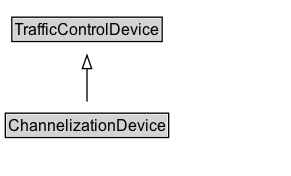
Before: docs/diagrams/ChannelizationDevice.dot.png, a diagram exported from Graphviz (k-vaughn/ontology-its-regulation). Its source is kept beside it as docs/diagrams/ChannelizationDevice.dot. The source it was exported from:
```dot
digraph {
	graph [overlap=false rankdir=TB splines=true]
	node [fontname=Arial fontsize=12 margin=0 shape=none]
	edge [fontname=Arial fontsize=11]
	{
		rank=max
		ChannelizationDevice [label=<<TABLE BORDER="1" CELLBORDER="0" CELLSPACING="0" CELLPADDING="1"><TR><TD BGCOLOR="lightgray" ALIGN="CENTER" PORT="e">ChannelizationDevice</TD></TR></TABLE>> URL="../ChannelizationDevice.md" margin=0]
	}
	subgraph cluster_associated {
		label="" style=invis
		Invis [label=<<TABLE BORDER="0" CELLBORDER="0" CELLSPACING="0" CELLPADDING="1"><TR><TD></TD></TR></TABLE>> margin=0 style=invis]
	}
	TrafficControlDevice [label=<<TABLE BORDER="1" CELLBORDER="0" CELLSPACING="0" CELLPADDING="1"><TR><TD BGCOLOR="lightgray" ALIGN="CENTER">TrafficControlDevice</TD></TR></TABLE>> URL="../TrafficControlDevice.md" margin=0]
	ChannelizationDevice -> TrafficControlDevice [arrowhead=onormal style=solid]
}
```
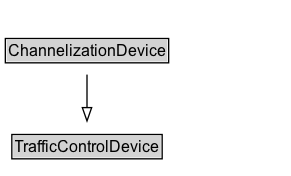
After the change.

Diff of the diagram source:
```diff
@@ -2,14 +2,14 @@
 	graph [overlap=false rankdir=TB splines=true]
 	node [fontname=Arial fontsize=12 margin=0 shape=none]
 	edge [fontname=Arial fontsize=11]
+	ChannelizationDevice [label=<<TABLE BORDER="1" CELLBORDER="0" CELLSPACING="0" CELLPADDING="1"><TR><TD BGCOLOR="lightgray" ALIGN="CENTER">ChannelizationDevice</TD></TR></TABLE>> URL="../ChannelizationDevice" margin=0]
 	{
 		rank=max
-		ChannelizationDevice [label=<<TABLE BORDER="1" CELLBORDER="0" CELLSPACING="0" CELLPADDING="1"><TR><TD BGCOLOR="lightgray" ALIGN="CENTER" PORT="e">ChannelizationDevice</TD></TR></TABLE>> URL="../ChannelizationDevice.md" margin=0]
 	}
 	subgraph cluster_associated {
 		label="" style=invis
 		Invis [label=<<TABLE BORDER="0" CELLBORDER="0" CELLSPACING="0" CELLPADDING="1"><TR><TD></TD></TR></TABLE>> margin=0 style=invis]
 	}
-	TrafficControlDevice [label=<<TABLE BORDER="1" CELLBORDER="0" CELLSPACING="0" CELLPADDING="1"><TR><TD BGCOLOR="lightgray" ALIGN="CENTER">TrafficControlDevice</TD></TR></TABLE>> URL="../TrafficControlDevice.md" margin=0]
+	TrafficControlDevice [label=<<TABLE BORDER="1" CELLBORDER="0" CELLSPACING="0" CELLPADDING="1"><TR><TD BGCOLOR="lightgray" ALIGN="CENTER">TrafficControlDevice</TD></TR></TABLE>> URL="../TrafficControlDevice" margin=0]
 	ChannelizationDevice -> TrafficControlDevice [arrowhead=onormal style=solid]
 }
```
